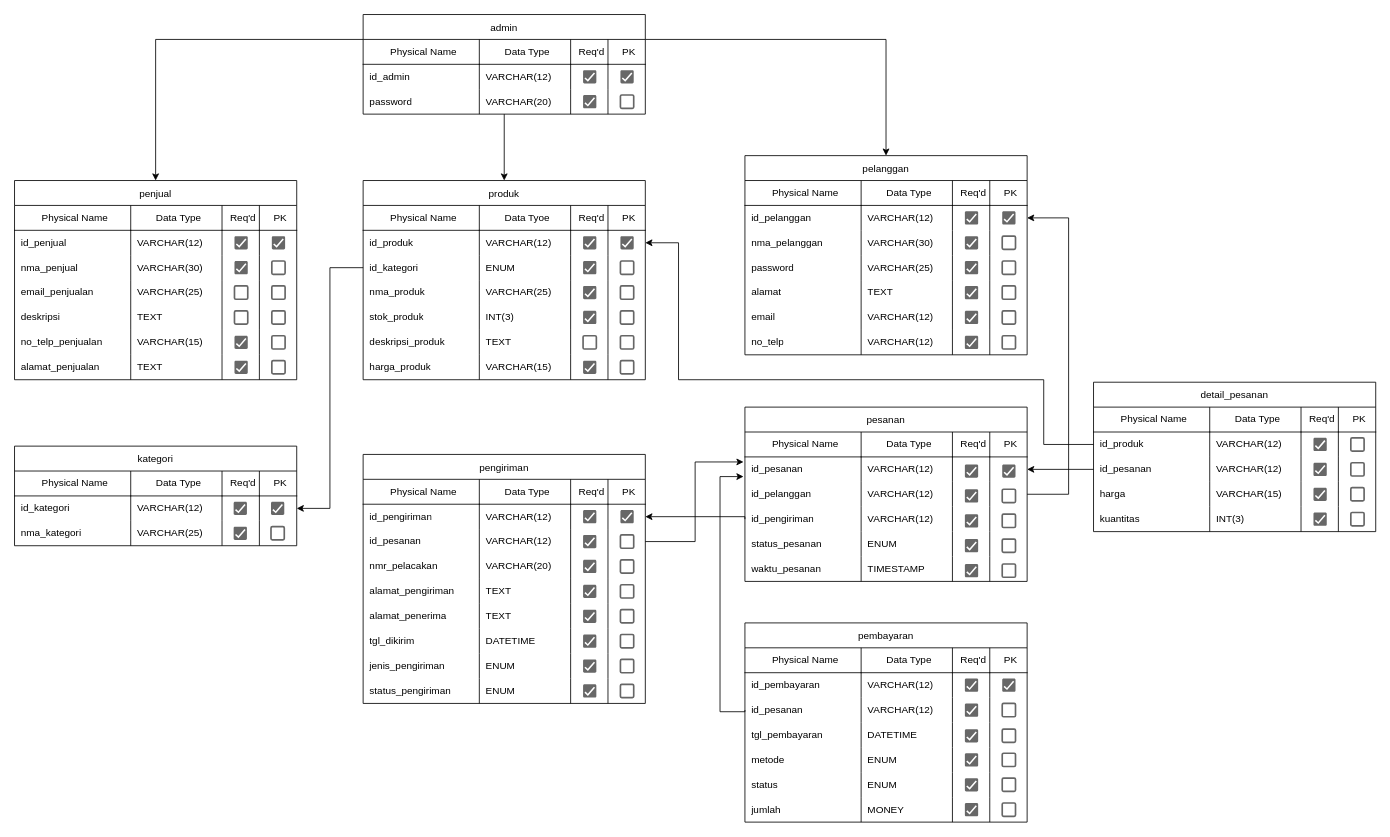
Above: e-commerce_pdm.drawio in vinnnna/sistem-basis-data (draw.io), before the change. Source tidied: cells renumbered, new cells numbered last; positions are measured from the earlier drawing's top-left corner, leaving out a move shared by most shapes. Both pictures are drawn from the tidied source at 83%, with x=0, y=0 at pixel (14, 14).
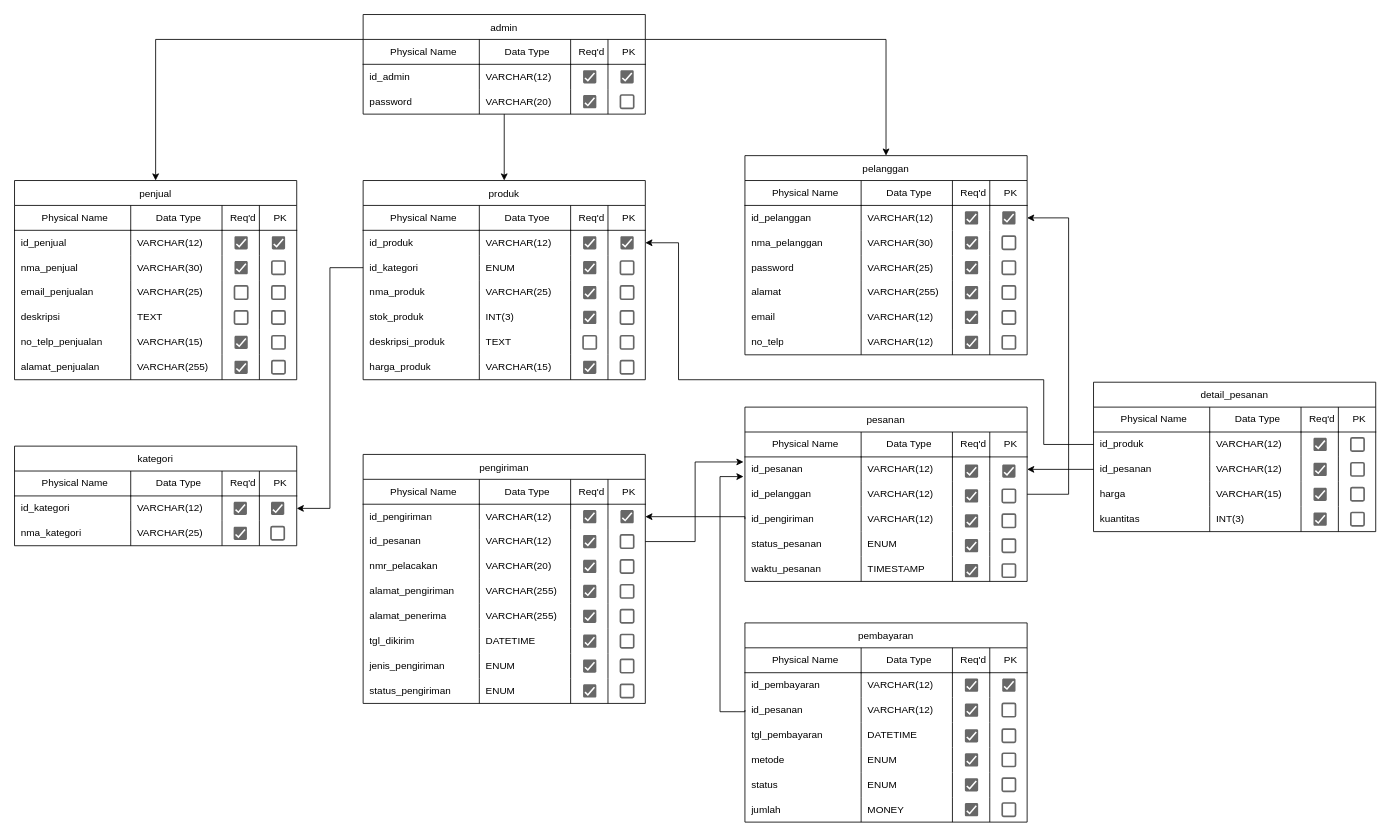
The same page after the edit.

Unchanged cells that the change refers to:
```xml
<mxCell id="33" style="shape=tableRow;horizontal=0;startSize=0;swimlaneHead=0;swimlaneBody=0;top=0;left=0;bottom=0;right=0;fillColor=none;strokeColor=inherit;fontSize=12;" parent="2" vertex="1">
  <mxGeometry y="210" width="340" height="30" as="geometry" />
</mxCell>
<mxCell id="152" style="shape=tableRow;horizontal=0;startSize=0;swimlaneHead=0;swimlaneBody=0;top=0;left=0;bottom=0;right=0;fillColor=none;strokeColor=inherit;fontSize=12;" parent="131" vertex="1">
  <mxGeometry y="150" width="340" height="30" as="geometry" />
</mxCell>
<mxCell id="222" style="shape=tableRow;horizontal=0;startSize=0;swimlaneHead=0;swimlaneBody=0;top=0;left=0;bottom=0;right=0;fillColor=none;strokeColor=inherit;fontSize=12;" parent="201" vertex="1">
  <mxGeometry y="150" width="340" height="30" as="geometry" />
</mxCell>
<mxCell id="227" style="shape=tableRow;horizontal=0;startSize=0;swimlaneHead=0;swimlaneBody=0;top=0;left=0;bottom=0;right=0;fillColor=none;strokeColor=inherit;fontSize=12;" parent="201" vertex="1">
  <mxGeometry y="180" width="340" height="30" as="geometry" />
</mxCell>
```

Change to the diagram source:
```diff
@@
-    <mxCell id="35" value="TEXT" style="shape=partialRectangle;html=1;whiteSpace=wrap;fillColor=none;top=0;left=0;bottom=0;right=0;align=left;spacingLeft=6;overflow=hidden;strokeColor=inherit;fontSize=12;" parent="33" vertex="1">
+    <mxCell id="35" value="VARCHAR(255)" style="shape=partialRectangle;html=1;whiteSpace=wrap;fillColor=none;top=0;left=0;bottom=0;right=0;align=left;spacingLeft=6;overflow=hidden;strokeColor=inherit;fontSize=12;" parent="33" vertex="1">
       <mxGeometry x="140" width="110" height="30" as="geometry" />
     </mxCell>
@@
-    <mxCell id="154" value="TEXT" style="shape=partialRectangle;html=1;whiteSpace=wrap;fillColor=none;top=0;left=0;bottom=0;right=0;align=left;spacingLeft=6;overflow=hidden;strokeColor=inherit;fontSize=12;" parent="152" vertex="1">
+    <mxCell id="154" value="VARCHAR(255)" style="shape=partialRectangle;html=1;whiteSpace=wrap;fillColor=none;top=0;left=0;bottom=0;right=0;align=left;spacingLeft=6;overflow=hidden;strokeColor=inherit;fontSize=12;" parent="152" vertex="1">
       <mxGeometry x="140" width="110" height="30" as="geometry" />
     </mxCell>
@@
-    <mxCell id="224" value="TEXT" style="shape=partialRectangle;html=1;whiteSpace=wrap;fillColor=none;top=0;left=0;bottom=0;right=0;align=left;spacingLeft=6;overflow=hidden;strokeColor=inherit;fontSize=12;" parent="222" vertex="1">
+    <mxCell id="224" value="VARCHAR(255)" style="shape=partialRectangle;html=1;whiteSpace=wrap;fillColor=none;top=0;left=0;bottom=0;right=0;align=left;spacingLeft=6;overflow=hidden;strokeColor=inherit;fontSize=12;" parent="222" vertex="1">
       <mxGeometry x="140" width="110" height="30" as="geometry" />
     </mxCell>
@@
-    <mxCell id="229" value="TEXT" style="shape=partialRectangle;html=1;whiteSpace=wrap;fillColor=none;top=0;left=0;bottom=0;right=0;align=left;spacingLeft=6;overflow=hidden;strokeColor=inherit;fontSize=12;" parent="227" vertex="1">
+    <mxCell id="229" value="VARCHAR(255)" style="shape=partialRectangle;html=1;whiteSpace=wrap;fillColor=none;top=0;left=0;bottom=0;right=0;align=left;spacingLeft=6;overflow=hidden;strokeColor=inherit;fontSize=12;" parent="227" vertex="1">
       <mxGeometry x="140" width="110" height="30" as="geometry" />
     </mxCell>
```
